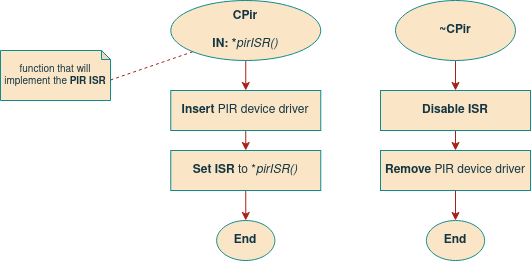
Before: report/images/09sw_specification/LS/cpir/constructor.png, a diagram exported from draw.io (ESRGgroup9/slipad). Source tidied: cells renumbered, new cells last; positions are measured from the earlier drawing's top-left corner, leaving out a move shared by most shapes.
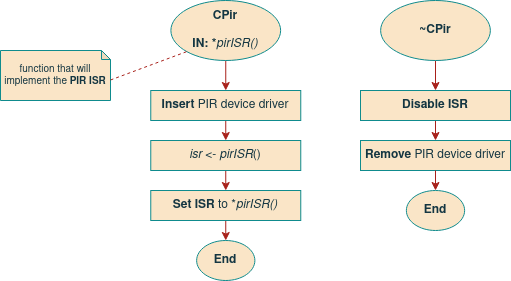
The same diagram one commit later.

What changed in the source:
```diff
@@ -8,53 +8,58 @@
       </mxGeometry>
     </mxCell>
     <mxCell id="3" value="&lt;div&gt;CPir&lt;/div&gt;&lt;div&gt;&lt;br&gt;&lt;/div&gt;&lt;div&gt;IN: *&lt;i&gt;&lt;span style=&quot;font-weight: normal&quot;&gt;pirISR()&lt;/span&gt;&lt;/i&gt; &lt;/div&gt;" style="ellipse;whiteSpace=wrap;html=1;fillColor=#FAE5C7;strokeColor=#0F8B8D;fontColor=#143642;fontStyle=1;" parent="1" vertex="1">
-      <mxGeometry x="170.3" width="150" height="60" as="geometry" />
+      <mxGeometry x="190.4" width="109.7" height="60" as="geometry" />
     </mxCell>
-    <mxCell id="4" style="edgeStyle=orthogonalEdgeStyle;curved=0;rounded=1;sketch=0;jettySize=auto;html=1;exitX=0.5;exitY=1;exitDx=0;exitDy=0;entryX=0.5;entryY=0;entryDx=0;entryDy=0;fontColor=#143642;strokeColor=#A8201A;fillColor=#FAE5C7;" parent="1" edge="1" source="5" target="8">
+    <mxCell id="4" style="edgeStyle=orthogonalEdgeStyle;curved=0;rounded=1;sketch=0;jettySize=auto;html=1;exitX=0.5;exitY=1;exitDx=0;exitDy=0;entryX=0.5;entryY=0;entryDx=0;entryDy=0;fontColor=#143642;strokeColor=#A8201A;fillColor=#FAE5C7;" parent="1" edge="1" source="5" target="19">
       <mxGeometry relative="1" as="geometry" />
     </mxCell>
     <mxCell id="5" value="&lt;b&gt;Insert&lt;/b&gt; PIR device driver" style="rounded=0;whiteSpace=wrap;html=1;sketch=0;fontColor=#143642;strokeColor=#0F8B8D;fillColor=#FAE5C7;" parent="1" vertex="1">
-      <mxGeometry x="170.3" y="90" width="150" height="40" as="geometry" />
+      <mxGeometry x="170.3" y="90" width="150" height="30" as="geometry" />
     </mxCell>
     <mxCell id="6" style="edgeStyle=orthogonalEdgeStyle;curved=0;rounded=1;sketch=0;jettySize=auto;html=1;exitX=0.5;exitY=1;exitDx=0;exitDy=0;entryX=0.5;entryY=0;entryDx=0;entryDy=0;fontColor=#143642;strokeColor=#A8201A;fillColor=#FAE5C7;" parent="1" edge="1" source="8" target="7">
       <mxGeometry relative="1" as="geometry" />
     </mxCell>
     <mxCell id="7" value="End" style="ellipse;whiteSpace=wrap;html=1;fillColor=#FAE5C7;strokeColor=#0F8B8D;fontColor=#143642;fontStyle=1;" parent="1" vertex="1">
-      <mxGeometry x="216.1" y="220" width="58.2" height="40" as="geometry" />
+      <mxGeometry x="216.1" y="240" width="58.2" height="40" as="geometry" />
     </mxCell>
     <mxCell id="8" value="&lt;b&gt;Set ISR&lt;/b&gt; to *&lt;i&gt;pirISR()&lt;/i&gt;" style="rounded=0;whiteSpace=wrap;html=1;sketch=0;fontColor=#143642;strokeColor=#0F8B8D;fillColor=#FAE5C7;" parent="1" vertex="1">
-      <mxGeometry x="170.3" y="150" width="150" height="40" as="geometry" />
+      <mxGeometry x="170.3" y="190" width="150" height="30" as="geometry" />
     </mxCell>
     <mxCell id="9" value="function that will implement the &lt;b&gt;PIR ISR&lt;/b&gt;" style="shape=note;whiteSpace=wrap;html=1;backgroundOutline=1;darkOpacity=0.05;rounded=0;sketch=0;fontColor=#143642;strokeColor=#0F8B8D;fillColor=#FAE5C7;size=9;fontSize=10;align=center;horizontal=1;verticalAlign=middle;" parent="1" vertex="1">
-      <mxGeometry y="50" width="110" height="50" as="geometry" />
+      <mxGeometry x="20" y="50" width="110" height="50" as="geometry" />
     </mxCell>
     <mxCell id="10" style="endArrow=none;dashed=1;html=1;rounded=1;sketch=0;fontColor=#143642;strokeColor=#A8201A;fillColor=#FAE5C7;curved=0;exitX=0;exitY=0;exitDx=110;exitDy=29.5;exitPerimeter=0;entryX=0;entryY=1;entryDx=0;entryDy=0;" parent="1" edge="1" source="9" target="3">
       <mxGeometry relative="1" as="geometry" />
     </mxCell>
-    <mxCell id="11" style="edgeStyle=orthogonalEdgeStyle;curved=0;rounded=1;sketch=0;jettySize=auto;html=1;exitX=0.5;exitY=1;exitDx=0;exitDy=0;entryX=0.5;entryY=0;entryDx=0;entryDy=0;fontColor=#143642;strokeColor=#A8201A;fillColor=#FAE5C7;" parent="1" edge="1" source="12">
+    <mxCell id="11" style="edgeStyle=orthogonalEdgeStyle;curved=0;rounded=1;sketch=0;orthogonalLoop=1;jettySize=auto;html=1;exitX=0.5;exitY=1;exitDx=0;exitDy=0;entryX=0.5;entryY=0;entryDx=0;entryDy=0;fontColor=#143642;strokeColor=#A8201A;fillColor=#FAE5C7;" parent="1" edge="1">
       <mxGeometry relative="1" as="geometry">
+        <mxPoint x="455" y="60" as="sourcePoint" />
         <mxPoint x="455" y="90" as="targetPoint" />
       </mxGeometry>
     </mxCell>
-    <mxCell id="12" value="&lt;div&gt;~CPir&lt;/div&gt;" style="ellipse;whiteSpace=wrap;html=1;fillColor=#FAE5C7;strokeColor=#0F8B8D;fontColor=#143642;fontStyle=1;" parent="1" vertex="1">
-      <mxGeometry x="395" width="120" height="60" as="geometry" />
-    </mxCell>
     <mxCell id="13" value="&lt;b&gt;Remove&lt;/b&gt; PIR device driver" style="rounded=0;whiteSpace=wrap;html=1;sketch=0;fontColor=#143642;strokeColor=#0F8B8D;fillColor=#FAE5C7;" parent="1" vertex="1">
-      <mxGeometry x="380" y="150" width="150" height="40" as="geometry" />
+      <mxGeometry x="380" y="140" width="150" height="30" as="geometry" />
     </mxCell>
-    <mxCell id="14" style="edgeStyle=orthogonalEdgeStyle;curved=0;rounded=1;sketch=0;jettySize=auto;html=1;exitX=0.5;exitY=1;exitDx=0;exitDy=0;entryX=0.5;entryY=0;entryDx=0;entryDy=0;fontColor=#143642;strokeColor=#A8201A;fillColor=#FAE5C7;" parent="1" edge="1" target="15">
-      <mxGeometry relative="1" as="geometry">
-        <mxPoint x="455" y="190" as="sourcePoint" />
-      </mxGeometry>
+    <mxCell id="14" style="edgeStyle=orthogonalEdgeStyle;curved=0;rounded=1;sketch=0;jettySize=auto;html=1;exitX=0.5;exitY=1;exitDx=0;exitDy=0;entryX=0.5;entryY=0;entryDx=0;entryDy=0;fontColor=#143642;strokeColor=#A8201A;fillColor=#FAE5C7;" parent="1" edge="1" source="13" target="15">
+      <mxGeometry relative="1" as="geometry" />
     </mxCell>
     <mxCell id="15" value="End" style="ellipse;whiteSpace=wrap;html=1;fillColor=#FAE5C7;strokeColor=#0F8B8D;fontColor=#143642;fontStyle=1;" parent="1" vertex="1">
-      <mxGeometry x="425.9" y="220" width="58.2" height="40" as="geometry" />
+      <mxGeometry x="425.9" y="190" width="58.2" height="40" as="geometry" />
     </mxCell>
     <mxCell id="16" style="edgeStyle=orthogonalEdgeStyle;rounded=1;jettySize=auto;html=1;exitX=0.5;exitY=1;exitDx=0;exitDy=0;entryX=0.5;entryY=0;entryDx=0;entryDy=0;strokeColor=#A8201A;" parent="1" edge="1" source="17" target="13">
       <mxGeometry relative="1" as="geometry" />
     </mxCell>
     <mxCell id="17" value="&lt;b&gt;Disable ISR&lt;/b&gt;&lt;i&gt;&lt;/i&gt;" style="rounded=0;whiteSpace=wrap;html=1;sketch=0;fontColor=#143642;strokeColor=#0F8B8D;fillColor=#FAE5C7;" parent="1" vertex="1">
-      <mxGeometry x="380" y="90" width="150" height="40" as="geometry" />
+      <mxGeometry x="380" y="90" width="150" height="30" as="geometry" />
     </mxCell>
+    <mxCell id="18" style="edgeStyle=orthogonalEdgeStyle;rounded=1;jettySize=auto;html=1;exitX=0.5;exitY=1;exitDx=0;exitDy=0;entryX=0.5;entryY=0;entryDx=0;entryDy=0;strokeColor=#A8201A;" parent="1" edge="1" source="19" target="8">
+      <mxGeometry relative="1" as="geometry" />
+    </mxCell>
+    <mxCell id="19" value="&lt;i&gt;isr&lt;/i&gt; &amp;lt;- &lt;i&gt;pirISR&lt;/i&gt;()" style="rounded=0;whiteSpace=wrap;html=1;sketch=0;fontColor=#143642;strokeColor=#0F8B8D;fillColor=#FAE5C7;" parent="1" vertex="1">
+      <mxGeometry x="170.3" y="140" width="150" height="30" as="geometry" />
+    </mxCell>
+    <mxCell id="12" value="&lt;div&gt;~CPir&lt;/div&gt;" style="ellipse;whiteSpace=wrap;html=1;fillColor=#FAE5C7;strokeColor=#0F8B8D;fontColor=#143642;fontStyle=1;" parent="1" vertex="1">
+      <mxGeometry x="400.1" width="109.7" height="60" as="geometry" />
+    </mxCell>
   </root>
 </mxGraphModel>
```
